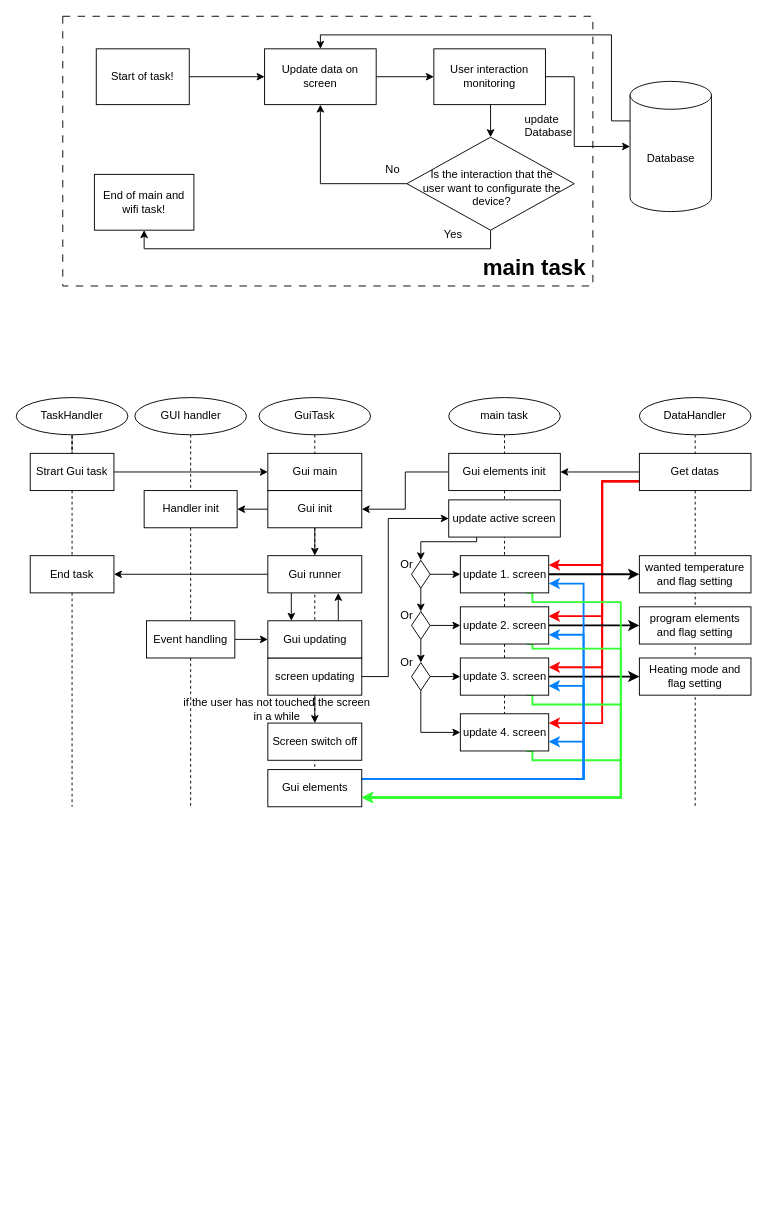
The draw.io diagram page "main task" (8 of 13) of ESP devices buildup.drawio in LBroKerR/ESP32_Thermostats, before the edit. Source tidied: cells renumbered, new cells numbered last; positions are measured from the earlier drawing's top-left corner, leaving out a move shared by most shapes. Both pictures are drawn from the tidied source at 93%, with x=0, y=0 at pixel (16, 16).
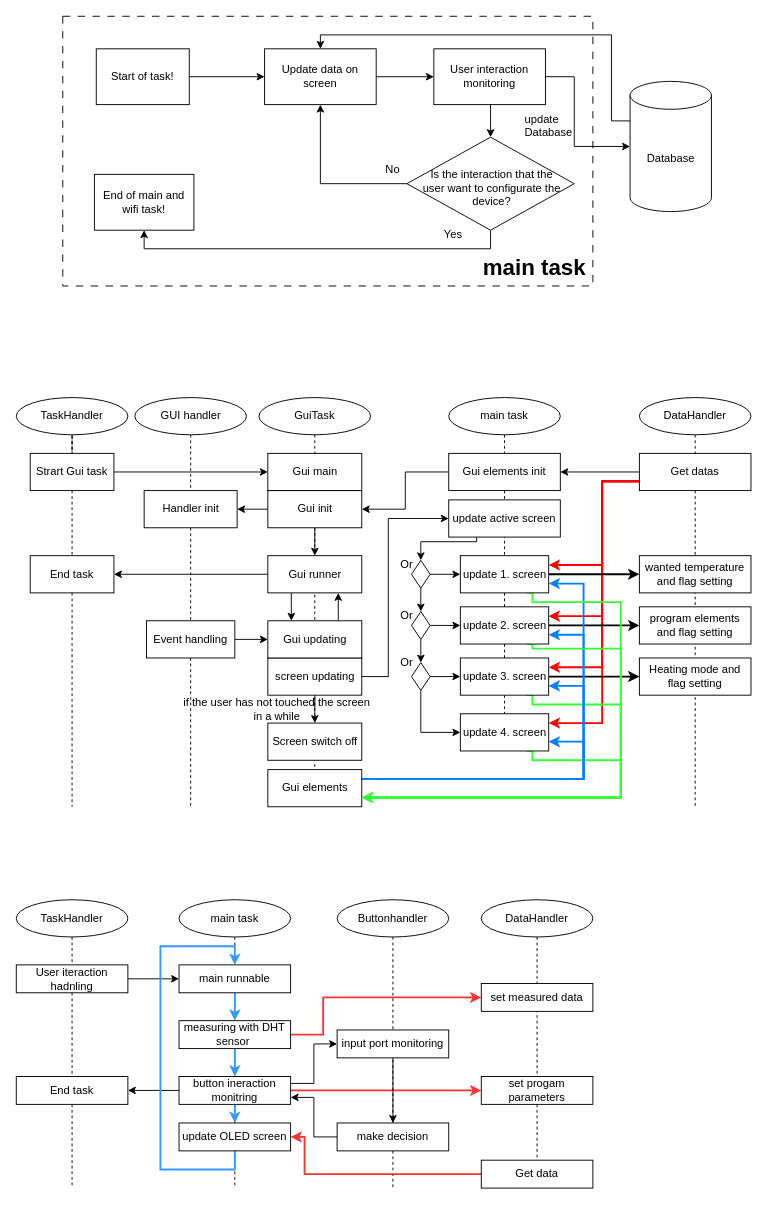
The same diagram, later.

Diff of the diagram source:
```diff
@@
+    <mxCell id="101" style="edgeStyle=orthogonalEdgeStyle;rounded=0;jettySize=auto;html=1;exitX=0.5;exitY=1;exitDx=0;exitDy=0;endArrow=none;endFill=0;dashed=1;" parent="1" edge="1" source="133" target="125">
+      <mxGeometry relative="1" as="geometry" />
+    </mxCell>
@@
+    <mxCell id="102" style="edgeStyle=orthogonalEdgeStyle;rounded=0;jettySize=auto;html=1;exitX=0.5;exitY=1;exitDx=0;exitDy=0;endArrow=none;endFill=0;dashed=1;" parent="1" edge="1" source="103">
+      <mxGeometry relative="1" as="geometry">
+        <mxPoint x="60" y="1260" as="targetPoint" />
+      </mxGeometry>
+    </mxCell>
+    <mxCell id="103" value="TaskHandler" style="ellipse;whiteSpace=wrap;html=1;" parent="1" vertex="1">
+      <mxGeometry y="950" width="120" height="40" as="geometry" />
+    </mxCell>
+    <mxCell id="104" style="edgeStyle=orthogonalEdgeStyle;rounded=0;jettySize=auto;html=1;exitX=0.5;exitY=1;exitDx=0;exitDy=0;endArrow=none;endFill=0;dashed=1;" parent="1" edge="1" source="114">
+      <mxGeometry relative="1" as="geometry">
+        <mxPoint x="235" y="1260" as="targetPoint" />
+      </mxGeometry>
+    </mxCell>
+    <mxCell id="105" value="main task" style="ellipse;whiteSpace=wrap;html=1;" parent="1" vertex="1">
+      <mxGeometry x="175" y="950" width="120" height="40" as="geometry" />
+    </mxCell>
+    <mxCell id="106" style="edgeStyle=orthogonalEdgeStyle;rounded=0;jettySize=auto;html=1;exitX=0.5;exitY=1;exitDx=0;exitDy=0;endArrow=none;endFill=0;dashed=1;" parent="1" edge="1" source="128">
+      <mxGeometry relative="1" as="geometry">
+        <mxPoint x="405" y="1260" as="targetPoint" />
+      </mxGeometry>
+    </mxCell>
+    <mxCell id="107" value="Buttonhandler" style="ellipse;whiteSpace=wrap;html=1;" parent="1" vertex="1">
+      <mxGeometry x="345" y="950" width="120" height="40" as="geometry" />
+    </mxCell>
+    <mxCell id="108" value="DataHandler" style="ellipse;whiteSpace=wrap;html=1;" parent="1" vertex="1">
+      <mxGeometry x="500" y="950" width="120" height="40" as="geometry" />
+    </mxCell>
+    <mxCell id="109" style="edgeStyle=orthogonalEdgeStyle;rounded=0;jettySize=auto;html=1;exitX=1;exitY=0.5;exitDx=0;exitDy=0;" parent="1" edge="1" source="110" target="123">
+      <mxGeometry relative="1" as="geometry" />
+    </mxCell>
+    <mxCell id="110" value="User iteraction hadnling" style="rounded=0;whiteSpace=wrap;html=1;" parent="1" vertex="1">
+      <mxGeometry y="1020" width="120" height="30" as="geometry" />
+    </mxCell>
+    <mxCell id="111" style="edgeStyle=orthogonalEdgeStyle;rounded=0;jettySize=auto;html=1;exitX=0.5;exitY=1;exitDx=0;exitDy=0;endArrow=none;endFill=0;dashed=1;" parent="1" edge="1" source="105" target="114">
+      <mxGeometry relative="1" as="geometry" />
+    </mxCell>
+    <mxCell id="112" style="edgeStyle=orthogonalEdgeStyle;rounded=0;jettySize=auto;html=1;exitX=1;exitY=0.5;exitDx=0;exitDy=0;entryX=0;entryY=0.5;entryDx=0;entryDy=0;strokeWidth=2;strokeColor=#FF3333;" parent="1" edge="1" source="114" target="134">
+      <mxGeometry relative="1" as="geometry">
+        <Array as="points">
+          <mxPoint x="330" y="1095" />
+          <mxPoint x="330" y="1055" />
+        </Array>
+      </mxGeometry>
+    </mxCell>
+    <mxCell id="113" style="edgeStyle=orthogonalEdgeStyle;rounded=0;jettySize=auto;html=1;exitX=0.5;exitY=1;exitDx=0;exitDy=0;strokeWidth=2;strokeColor=#3399FF;" parent="1" edge="1" source="114" target="119">
+      <mxGeometry relative="1" as="geometry" />
+    </mxCell>
+    <mxCell id="114" value="measuring with DHT sensor&amp;nbsp;" style="rounded=0;whiteSpace=wrap;html=1;" parent="1" vertex="1">
+      <mxGeometry x="175" y="1080" width="120" height="30" as="geometry" />
+    </mxCell>
+    <mxCell id="115" style="edgeStyle=orthogonalEdgeStyle;rounded=0;jettySize=auto;html=1;exitX=1;exitY=0.25;exitDx=0;exitDy=0;entryX=0;entryY=0.5;entryDx=0;entryDy=0;" parent="1" edge="1" source="119" target="130">
+      <mxGeometry relative="1" as="geometry" />
+    </mxCell>
+    <mxCell id="116" style="edgeStyle=orthogonalEdgeStyle;rounded=0;jettySize=auto;html=1;exitX=0;exitY=0.5;exitDx=0;exitDy=0;entryX=1;entryY=0.5;entryDx=0;entryDy=0;" parent="1" edge="1" source="119" target="131">
+      <mxGeometry relative="1" as="geometry" />
+    </mxCell>
+    <mxCell id="117" style="edgeStyle=orthogonalEdgeStyle;rounded=0;jettySize=auto;html=1;exitX=0.5;exitY=1;exitDx=0;exitDy=0;entryX=0.5;entryY=0;entryDx=0;entryDy=0;strokeWidth=2;strokeColor=#3399FF;" parent="1" edge="1" source="119" target="121">
+      <mxGeometry relative="1" as="geometry" />
+    </mxCell>
+    <mxCell id="118" style="edgeStyle=orthogonalEdgeStyle;rounded=0;jettySize=auto;html=1;exitX=1;exitY=0.5;exitDx=0;exitDy=0;strokeWidth=2;strokeColor=#FF3333;" parent="1" edge="1" source="119" target="133">
+      <mxGeometry relative="1" as="geometry" />
+    </mxCell>
+    <mxCell id="119" value="button ineraction monitring" style="rounded=0;whiteSpace=wrap;html=1;" parent="1" vertex="1">
+      <mxGeometry x="175" y="1140" width="120" height="30" as="geometry" />
+    </mxCell>
+    <mxCell id="120" style="edgeStyle=orthogonalEdgeStyle;rounded=0;jettySize=auto;html=1;exitX=0.5;exitY=1;exitDx=0;exitDy=0;entryX=0.5;entryY=0;entryDx=0;entryDy=0;strokeColor=#3399FF;strokeWidth=2;" parent="1" edge="1" source="121" target="123">
+      <mxGeometry relative="1" as="geometry">
+        <Array as="points">
+          <mxPoint x="235" y="1240" />
+          <mxPoint x="155" y="1240" />
+          <mxPoint x="155" y="1000" />
+          <mxPoint x="235" y="1000" />
+        </Array>
+      </mxGeometry>
+    </mxCell>
+    <mxCell id="121" value="update OLED screen" style="rounded=0;whiteSpace=wrap;html=1;" parent="1" vertex="1">
+      <mxGeometry x="175" y="1190" width="120" height="30" as="geometry" />
+    </mxCell>
+    <mxCell id="122" style="edgeStyle=orthogonalEdgeStyle;rounded=0;jettySize=auto;html=1;exitX=0.5;exitY=1;exitDx=0;exitDy=0;entryX=0.5;entryY=0;entryDx=0;entryDy=0;strokeWidth=2;strokeColor=#3399FF;" parent="1" edge="1" source="123" target="114">
+      <mxGeometry relative="1" as="geometry" />
+    </mxCell>
+    <mxCell id="123" value="main runnable" style="rounded=0;whiteSpace=wrap;html=1;" parent="1" vertex="1">
+      <mxGeometry x="175" y="1020" width="120" height="30" as="geometry" />
+    </mxCell>
+    <mxCell id="124" style="edgeStyle=orthogonalEdgeStyle;rounded=0;jettySize=auto;html=1;exitX=0;exitY=0.5;exitDx=0;exitDy=0;entryX=1;entryY=0.5;entryDx=0;entryDy=0;strokeWidth=2;strokeColor=#FF3333;" parent="1" edge="1" source="125" target="121">
+      <mxGeometry relative="1" as="geometry">
+        <Array as="points">
+          <mxPoint x="310" y="1245" />
+          <mxPoint x="310" y="1205" />
+        </Array>
+      </mxGeometry>
+    </mxCell>
+    <mxCell id="125" value="Get data" style="rounded=0;whiteSpace=wrap;html=1;" parent="1" vertex="1">
+      <mxGeometry x="500" y="1230" width="120" height="30" as="geometry" />
+    </mxCell>
+    <mxCell id="126" style="edgeStyle=orthogonalEdgeStyle;rounded=0;jettySize=auto;html=1;exitX=0.5;exitY=1;exitDx=0;exitDy=0;endArrow=none;endFill=0;dashed=1;" parent="1" edge="1" source="107" target="128">
+      <mxGeometry relative="1" as="geometry" />
+    </mxCell>
+    <mxCell id="127" style="edgeStyle=orthogonalEdgeStyle;rounded=0;jettySize=auto;html=1;exitX=0;exitY=0.5;exitDx=0;exitDy=0;entryX=1;entryY=0.75;entryDx=0;entryDy=0;" parent="1" edge="1" source="128" target="119">
+      <mxGeometry relative="1" as="geometry" />
+    </mxCell>
+    <mxCell id="128" value="make decision" style="rounded=0;whiteSpace=wrap;html=1;" parent="1" vertex="1">
+      <mxGeometry x="345" y="1190" width="120" height="30" as="geometry" />
+    </mxCell>
+    <mxCell id="129" style="edgeStyle=orthogonalEdgeStyle;rounded=0;jettySize=auto;html=1;exitX=0.5;exitY=1;exitDx=0;exitDy=0;entryX=0.5;entryY=0;entryDx=0;entryDy=0;" parent="1" edge="1" source="130" target="128">
+      <mxGeometry relative="1" as="geometry" />
+    </mxCell>
+    <mxCell id="130" value="input port monitoring" style="rounded=0;whiteSpace=wrap;html=1;" parent="1" vertex="1">
+      <mxGeometry x="345" y="1090" width="120" height="30" as="geometry" />
+    </mxCell>
+    <mxCell id="131" value="End task" style="rounded=0;whiteSpace=wrap;html=1;" parent="1" vertex="1">
+      <mxGeometry y="1140" width="120" height="30" as="geometry" />
+    </mxCell>
+    <mxCell id="132" style="edgeStyle=orthogonalEdgeStyle;rounded=0;jettySize=auto;html=1;exitX=0.5;exitY=1;exitDx=0;exitDy=0;endArrow=none;endFill=0;dashed=1;" parent="1" edge="1" source="108" target="133">
+      <mxGeometry relative="1" as="geometry" />
+    </mxCell>
+    <mxCell id="133" value="set progam parameters" style="rounded=0;whiteSpace=wrap;html=1;" parent="1" vertex="1">
+      <mxGeometry x="500" y="1140" width="120" height="30" as="geometry" />
+    </mxCell>
+    <mxCell id="134" value="set measured data" style="rounded=0;whiteSpace=wrap;html=1;" parent="1" vertex="1">
+      <mxGeometry x="500" y="1040" width="120" height="30" as="geometry" />
+    </mxCell>
```
